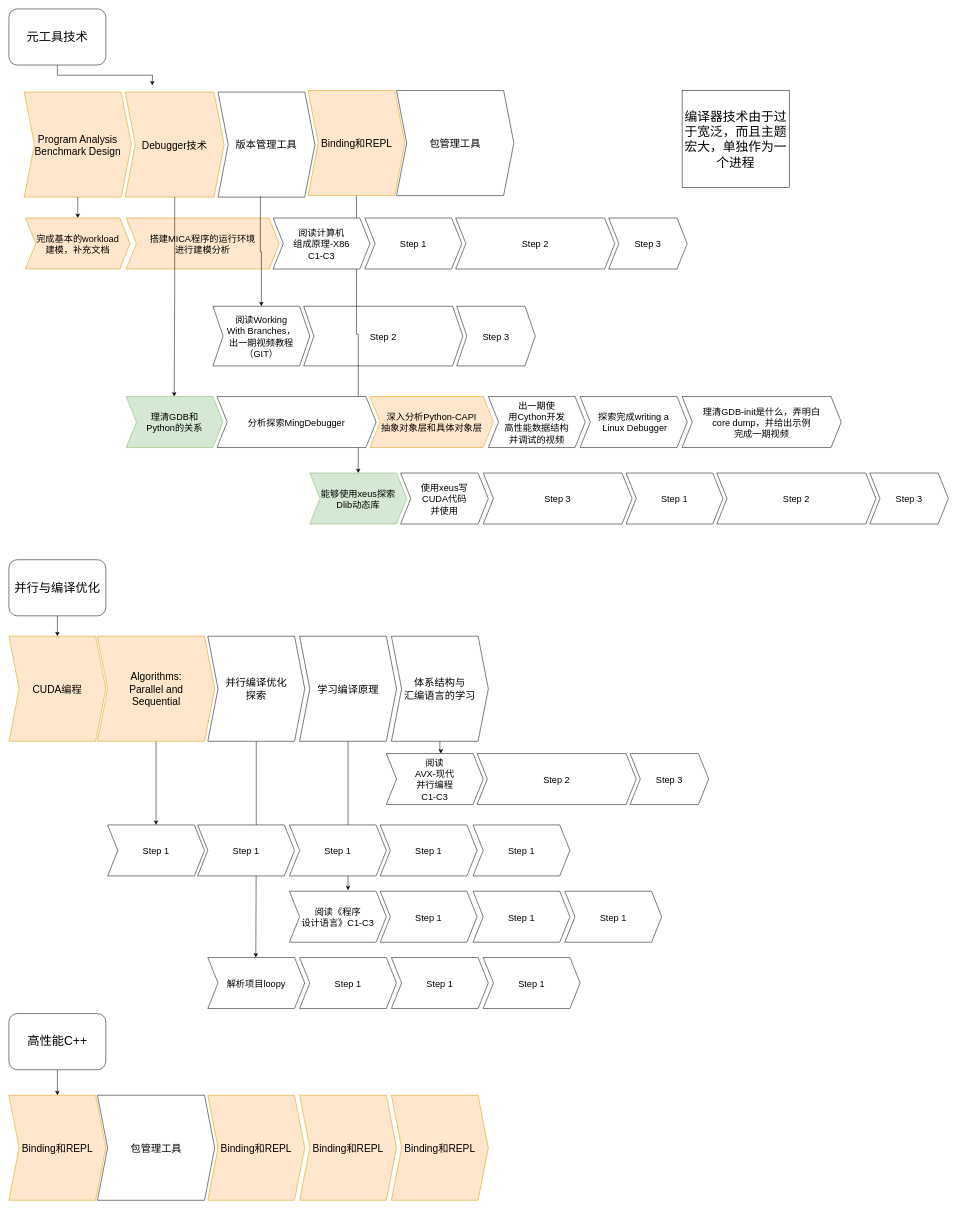
Above: page "最近的" (2 of 2) of scheduler.drawio in xiaoniaoyouhuajiang/ClassNotebook (draw.io), before the change. Source tidied: cells renumbered, new cells numbered last; positions are measured from the earlier drawing's top-left corner, leaving out a move shared by most shapes. Both pictures are drawn from the tidied source at 51%, with x=0, y=0 at pixel (9, 9).
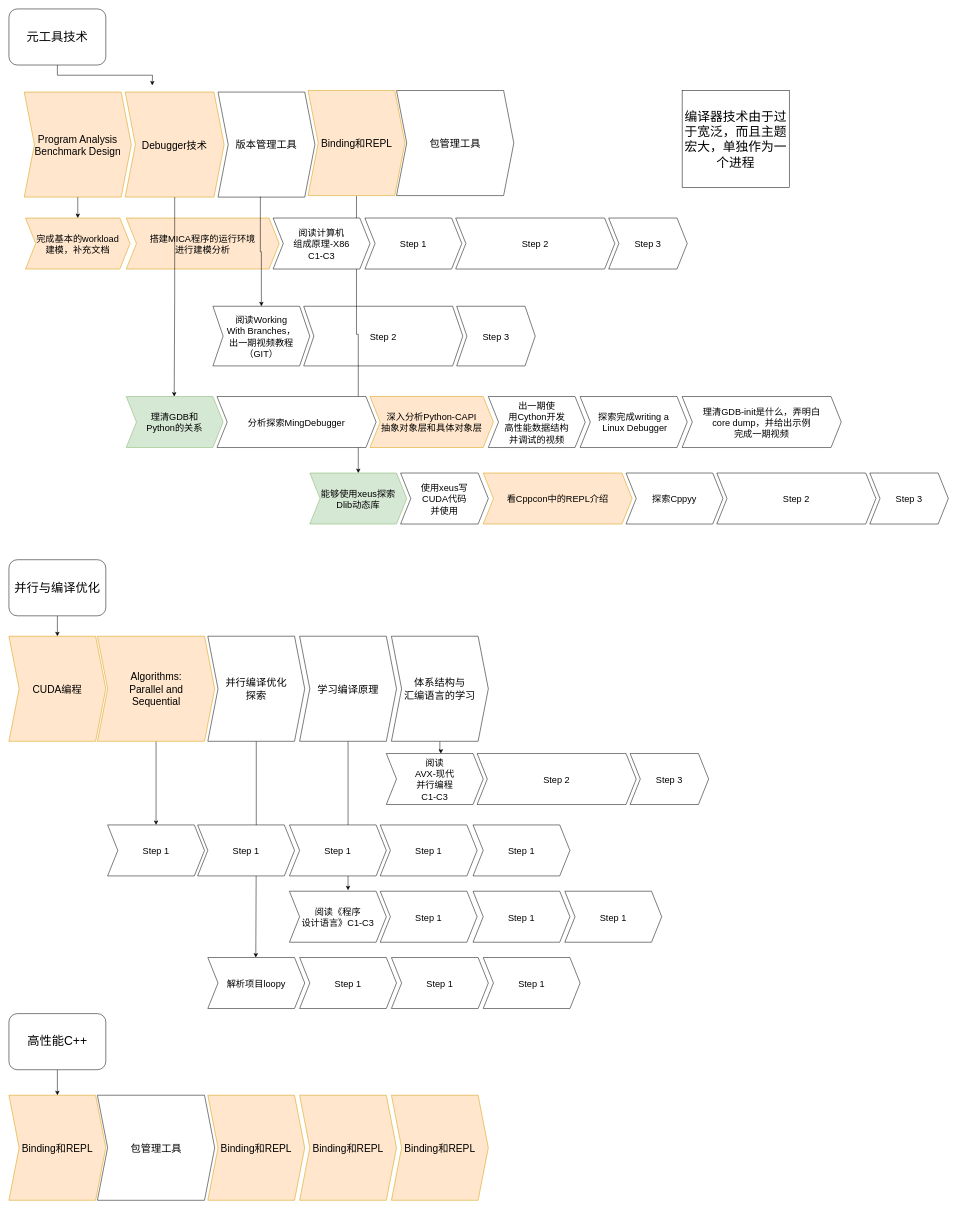
After the change.

The edit, as a diff of the source:
```diff
@@
-    <mxCell id="32" value="Step 3" style="shape=step;perimeter=stepPerimeter;fixedSize=1;fontSize=18;" parent="1" vertex="1">
+    <mxCell id="32" value="看Cppcon中的REPL介绍" style="shape=step;perimeter=stepPerimeter;fixedSize=1;fontSize=18;fillColor=#ffe6cc;strokeColor=#d79b00;" parent="1" vertex="1">
       <mxGeometry x="930" y="910" width="292" height="100" as="geometry" />
     </mxCell>
-    <mxCell id="33" value="Step 1" style="shape=step;perimeter=stepPerimeter;fixedSize=1;fontSize=18;" parent="1" vertex="1">
+    <mxCell id="33" value="探索Cppyy" style="shape=step;perimeter=stepPerimeter;fixedSize=1;fontSize=18;" parent="1" vertex="1">
       <mxGeometry x="1210" y="910" width="190" height="100" as="geometry" />
     </mxCell>
```
